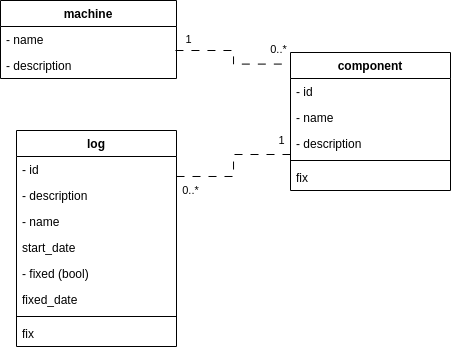
Above: Docs/diagrams/class_diagram.drawio.png in mmed-hajnasr/upkeep (draw.io), before the change. Source tidied: cells renumbered, new cells last; positions are measured from the earlier drawing's top-left corner, leaving out a move shared by most shapes. Its diagram source:
```xml
<mxGraphModel>
  <root>
    <mxCell id="0" />
    <mxCell id="1" parent="0" />
    <mxCell id="2" value="machine" style="swimlane;fontStyle=1;align=center;verticalAlign=top;horizontal=1;startSize=26;whiteSpace=wrap;html=1;" parent="1" vertex="1">
      <mxGeometry width="176" height="78" as="geometry" />
    </mxCell>
    <mxCell id="3" value="- name" style="text;align=left;verticalAlign=top;spacingLeft=4;spacingRight=4;overflow=hidden;points=[[0,0.5],[1,0.5]];portConstraint=eastwest;whiteSpace=wrap;html=1;" parent="2" vertex="1">
      <mxGeometry y="26" width="176" height="26" as="geometry" />
    </mxCell>
    <mxCell id="4" value="- description" style="text;align=left;verticalAlign=top;spacingLeft=4;spacingRight=4;overflow=hidden;whiteSpace=wrap;html=1;" parent="2" vertex="1">
      <mxGeometry y="52" width="176" height="26" as="geometry" />
    </mxCell>
    <mxCell id="5" value="component" style="swimlane;fontStyle=1;align=center;verticalAlign=top;horizontal=1;startSize=26;whiteSpace=wrap;html=1;" parent="1" vertex="1">
      <mxGeometry x="290" y="52" width="160" height="138" as="geometry" />
    </mxCell>
    <mxCell id="6" value="- id" style="text;strokeColor=none;fillColor=none;align=left;verticalAlign=top;spacingLeft=4;spacingRight=4;overflow=hidden;whiteSpace=wrap;html=1;" parent="5" vertex="1">
      <mxGeometry y="26" width="160" height="26" as="geometry" />
    </mxCell>
    <mxCell id="7" value="- name" style="text;strokeColor=none;fillColor=none;align=left;verticalAlign=top;spacingLeft=4;spacingRight=4;overflow=hidden;whiteSpace=wrap;html=1;" parent="5" vertex="1">
      <mxGeometry y="52" width="160" height="26" as="geometry" />
    </mxCell>
    <mxCell id="8" value="- description" style="text;strokeColor=none;fillColor=none;align=left;verticalAlign=top;spacingLeft=4;spacingRight=4;overflow=hidden;points=[[0,0.5],[1,0.5]];portConstraint=eastwest;whiteSpace=wrap;html=1;" parent="5" vertex="1">
      <mxGeometry y="78" width="160" height="26" as="geometry" />
    </mxCell>
    <mxCell id="9" style="line;strokeWidth=1;fillColor=none;align=left;verticalAlign=middle;spacingTop=-1;spacingLeft=3;spacingRight=3;labelPosition=right;strokeColor=inherit;" parent="5" vertex="1">
      <mxGeometry y="104" width="160" height="8" as="geometry" />
    </mxCell>
    <mxCell id="10" value="fix&amp;nbsp;" style="text;strokeColor=none;fillColor=none;align=left;verticalAlign=top;spacingLeft=4;spacingRight=4;overflow=hidden;whiteSpace=wrap;html=1;" parent="5" vertex="1">
      <mxGeometry y="112" width="160" height="26" as="geometry" />
    </mxCell>
    <mxCell id="11" style="edgeStyle=orthogonalEdgeStyle;rounded=0;jettySize=auto;html=1;entryX=-0.022;entryY=0.084;entryDx=0;entryDy=0;startArrow=none;startFill=0;endArrow=none;endFill=0;dashed=1;dashPattern=8 8;exitX=0.994;exitY=0.923;exitDx=0;exitDy=0;exitPerimeter=0;entryPerimeter=0;" parent="1" edge="1" source="3" target="5">
      <mxGeometry relative="1" as="geometry" />
    </mxCell>
    <mxCell id="12" value="1" style="edgeLabel;html=1;align=center;verticalAlign=middle;" parent="11" vertex="1">
      <mxGeometry x="-0.76" y="1" relative="1" as="geometry">
        <mxPoint x="-3" y="-10" as="offset" />
      </mxGeometry>
    </mxCell>
    <mxCell id="13" value="0..*" style="edgeLabel;html=1;align=center;verticalAlign=middle;" parent="11" vertex="1">
      <mxGeometry x="0.85" y="1" relative="1" as="geometry">
        <mxPoint y="-14" as="offset" />
      </mxGeometry>
    </mxCell>
    <mxCell id="14" value="log" style="swimlane;fontStyle=1;align=center;verticalAlign=top;horizontal=1;startSize=26;whiteSpace=wrap;html=1;" parent="1" vertex="1">
      <mxGeometry x="16" y="130" width="160" height="216" as="geometry" />
    </mxCell>
    <mxCell id="15" value="- id" style="text;strokeColor=none;fillColor=none;align=left;verticalAlign=top;spacingLeft=4;spacingRight=4;overflow=hidden;points=[[0,0.5],[1,0.5]];portConstraint=eastwest;whiteSpace=wrap;html=1;" parent="14" vertex="1">
      <mxGeometry y="26" width="160" height="26" as="geometry" />
    </mxCell>
    <mxCell id="16" value="- description" style="text;strokeColor=none;fillColor=none;align=left;verticalAlign=top;spacingLeft=4;spacingRight=4;overflow=hidden;whiteSpace=wrap;html=1;" parent="14" vertex="1">
      <mxGeometry y="52" width="160" height="26" as="geometry" />
    </mxCell>
    <mxCell id="17" value="- name" style="text;strokeColor=none;fillColor=none;align=left;verticalAlign=top;spacingLeft=4;spacingRight=4;overflow=hidden;whiteSpace=wrap;html=1;" parent="14" vertex="1">
      <mxGeometry y="78" width="160" height="26" as="geometry" />
    </mxCell>
    <mxCell id="18" value="start_date" style="text;strokeColor=none;fillColor=none;align=left;verticalAlign=top;spacingLeft=4;spacingRight=4;overflow=hidden;whiteSpace=wrap;html=1;" parent="14" vertex="1">
      <mxGeometry y="104" width="160" height="26" as="geometry" />
    </mxCell>
    <mxCell id="19" value="- fixed (bool)&lt;div&gt;&lt;br&gt;&lt;/div&gt;" style="text;strokeColor=none;fillColor=none;align=left;verticalAlign=top;spacingLeft=4;spacingRight=4;overflow=hidden;whiteSpace=wrap;html=1;" parent="14" vertex="1">
      <mxGeometry y="130" width="160" height="26" as="geometry" />
    </mxCell>
    <mxCell id="20" value="fixed_date" style="text;strokeColor=none;fillColor=none;align=left;verticalAlign=top;spacingLeft=4;spacingRight=4;overflow=hidden;whiteSpace=wrap;html=1;" parent="14" vertex="1">
      <mxGeometry y="156" width="160" height="26" as="geometry" />
    </mxCell>
    <mxCell id="21" style="line;strokeWidth=1;fillColor=none;align=left;verticalAlign=middle;spacingTop=-1;spacingLeft=3;spacingRight=3;labelPosition=right;strokeColor=inherit;" parent="14" vertex="1">
      <mxGeometry y="182" width="160" height="8" as="geometry" />
    </mxCell>
    <mxCell id="22" value="fix&amp;nbsp;" style="text;strokeColor=none;fillColor=none;align=left;verticalAlign=top;spacingLeft=4;spacingRight=4;overflow=hidden;whiteSpace=wrap;html=1;" parent="14" vertex="1">
      <mxGeometry y="190" width="160" height="26" as="geometry" />
    </mxCell>
    <mxCell id="23" style="rounded=0;jettySize=auto;html=1;startArrow=none;startFill=0;endArrow=none;endFill=0;dashed=1;dashPattern=8 8;exitX=0;exitY=0.923;exitDx=0;exitDy=0;exitPerimeter=0;entryX=0.988;entryY=0.769;entryDx=0;entryDy=0;entryPerimeter=0;edgeStyle=orthogonalEdgeStyle;" parent="1" edge="1" source="8" target="15">
      <mxGeometry relative="1" as="geometry" />
    </mxCell>
    <mxCell id="24" value="1" style="edgeLabel;html=1;align=center;verticalAlign=middle;" parent="23" vertex="1">
      <mxGeometry x="-0.76" y="1" relative="1" as="geometry">
        <mxPoint x="7" y="-15" as="offset" />
      </mxGeometry>
    </mxCell>
    <mxCell id="25" value="0..*" style="edgeLabel;html=1;align=center;verticalAlign=middle;" parent="23" vertex="1">
      <mxGeometry x="0.85" y="1" relative="1" as="geometry">
        <mxPoint x="6" y="13" as="offset" />
      </mxGeometry>
    </mxCell>
  </root>
</mxGraphModel>
```
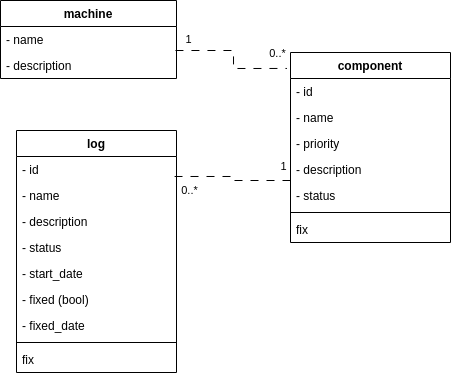
The same file after the commit.

Diff of the diagram source:
```diff
@@ -12,7 +12,7 @@
       <mxGeometry y="52" width="176" height="26" as="geometry" />
     </mxCell>
     <mxCell id="5" value="component" style="swimlane;fontStyle=1;align=center;verticalAlign=top;horizontal=1;startSize=26;whiteSpace=wrap;html=1;" parent="1" vertex="1">
-      <mxGeometry x="290" y="52" width="160" height="138" as="geometry" />
+      <mxGeometry x="290" y="52" width="160" height="190" as="geometry" />
     </mxCell>
     <mxCell id="6" value="- id" style="text;strokeColor=none;fillColor=none;align=left;verticalAlign=top;spacingLeft=4;spacingRight=4;overflow=hidden;whiteSpace=wrap;html=1;" parent="5" vertex="1">
       <mxGeometry y="26" width="160" height="26" as="geometry" />
@@ -20,14 +20,20 @@
     <mxCell id="7" value="- name" style="text;strokeColor=none;fillColor=none;align=left;verticalAlign=top;spacingLeft=4;spacingRight=4;overflow=hidden;whiteSpace=wrap;html=1;" parent="5" vertex="1">
       <mxGeometry y="52" width="160" height="26" as="geometry" />
     </mxCell>
+    <mxCell id="26" value="- priority" style="text;strokeColor=none;fillColor=none;align=left;verticalAlign=top;spacingLeft=4;spacingRight=4;overflow=hidden;whiteSpace=wrap;html=1;" parent="5" vertex="1">
+      <mxGeometry y="78" width="160" height="26" as="geometry" />
+    </mxCell>
     <mxCell id="8" value="- description" style="text;strokeColor=none;fillColor=none;align=left;verticalAlign=top;spacingLeft=4;spacingRight=4;overflow=hidden;points=[[0,0.5],[1,0.5]];portConstraint=eastwest;whiteSpace=wrap;html=1;" parent="5" vertex="1">
-      <mxGeometry y="78" width="160" height="26" as="geometry" />
+      <mxGeometry y="104" width="160" height="26" as="geometry" />
     </mxCell>
+    <mxCell id="27" value="&lt;div&gt;- status&lt;/div&gt;" style="text;strokeColor=none;fillColor=none;align=left;verticalAlign=top;spacingLeft=4;spacingRight=4;overflow=hidden;whiteSpace=wrap;html=1;" parent="5" vertex="1">
+      <mxGeometry y="130" width="160" height="26" as="geometry" />
+    </mxCell>
     <mxCell id="9" style="line;strokeWidth=1;fillColor=none;align=left;verticalAlign=middle;spacingTop=-1;spacingLeft=3;spacingRight=3;labelPosition=right;strokeColor=inherit;" parent="5" vertex="1">
-      <mxGeometry y="104" width="160" height="8" as="geometry" />
+      <mxGeometry y="156" width="160" height="8" as="geometry" />
     </mxCell>
     <mxCell id="10" value="fix&amp;nbsp;" style="text;strokeColor=none;fillColor=none;align=left;verticalAlign=top;spacingLeft=4;spacingRight=4;overflow=hidden;whiteSpace=wrap;html=1;" parent="5" vertex="1">
-      <mxGeometry y="112" width="160" height="26" as="geometry" />
+      <mxGeometry y="164" width="160" height="26" as="geometry" />
     </mxCell>
     <mxCell id="11" style="edgeStyle=orthogonalEdgeStyle;rounded=0;jettySize=auto;html=1;entryX=-0.022;entryY=0.084;entryDx=0;entryDy=0;startArrow=none;startFill=0;endArrow=none;endFill=0;dashed=1;dashPattern=8 8;exitX=0.994;exitY=0.923;exitDx=0;exitDy=0;exitPerimeter=0;entryPerimeter=0;" parent="1" edge="1" source="3" target="5">
       <mxGeometry relative="1" as="geometry" />
@@ -43,31 +49,34 @@
       </mxGeometry>
     </mxCell>
     <mxCell id="14" value="log" style="swimlane;fontStyle=1;align=center;verticalAlign=top;horizontal=1;startSize=26;whiteSpace=wrap;html=1;" parent="1" vertex="1">
-      <mxGeometry x="16" y="130" width="160" height="216" as="geometry" />
+      <mxGeometry x="16" y="130" width="160" height="242" as="geometry" />
     </mxCell>
     <mxCell id="15" value="- id" style="text;strokeColor=none;fillColor=none;align=left;verticalAlign=top;spacingLeft=4;spacingRight=4;overflow=hidden;points=[[0,0.5],[1,0.5]];portConstraint=eastwest;whiteSpace=wrap;html=1;" parent="14" vertex="1">
       <mxGeometry y="26" width="160" height="26" as="geometry" />
     </mxCell>
+    <mxCell id="17" value="- name" style="text;strokeColor=none;fillColor=none;align=left;verticalAlign=top;spacingLeft=4;spacingRight=4;overflow=hidden;whiteSpace=wrap;html=1;" parent="14" vertex="1">
+      <mxGeometry y="52" width="160" height="26" as="geometry" />
+    </mxCell>
     <mxCell id="16" value="- description" style="text;strokeColor=none;fillColor=none;align=left;verticalAlign=top;spacingLeft=4;spacingRight=4;overflow=hidden;whiteSpace=wrap;html=1;" parent="14" vertex="1">
-      <mxGeometry y="52" width="160" height="26" as="geometry" />
+      <mxGeometry y="78" width="160" height="26" as="geometry" />
     </mxCell>
-    <mxCell id="17" value="- name" style="text;strokeColor=none;fillColor=none;align=left;verticalAlign=top;spacingLeft=4;spacingRight=4;overflow=hidden;whiteSpace=wrap;html=1;" parent="14" vertex="1">
-      <mxGeometry y="78" width="160" height="26" as="geometry" />
-    </mxCell>
+    <mxCell id="28" value="&lt;div&gt;- status&lt;/div&gt;" style="text;strokeColor=none;fillColor=none;align=left;verticalAlign=top;spacingLeft=4;spacingRight=4;overflow=hidden;whiteSpace=wrap;html=1;" parent="14" vertex="1">
+      <mxGeometry y="104" width="160" height="26" as="geometry" />
+    </mxCell>
-    <mxCell id="18" value="start_date" style="text;strokeColor=none;fillColor=none;align=left;verticalAlign=top;spacingLeft=4;spacingRight=4;overflow=hidden;whiteSpace=wrap;html=1;" parent="14" vertex="1">
-      <mxGeometry y="104" width="160" height="26" as="geometry" />
+    <mxCell id="18" value="- start_date" style="text;strokeColor=none;fillColor=none;align=left;verticalAlign=top;spacingLeft=4;spacingRight=4;overflow=hidden;whiteSpace=wrap;html=1;" parent="14" vertex="1">
+      <mxGeometry y="130" width="160" height="26" as="geometry" />
     </mxCell>
     <mxCell id="19" value="- fixed (bool)&lt;div&gt;&lt;br&gt;&lt;/div&gt;" style="text;strokeColor=none;fillColor=none;align=left;verticalAlign=top;spacingLeft=4;spacingRight=4;overflow=hidden;whiteSpace=wrap;html=1;" parent="14" vertex="1">
-      <mxGeometry y="130" width="160" height="26" as="geometry" />
+      <mxGeometry y="156" width="160" height="26" as="geometry" />
     </mxCell>
-    <mxCell id="20" value="fixed_date" style="text;strokeColor=none;fillColor=none;align=left;verticalAlign=top;spacingLeft=4;spacingRight=4;overflow=hidden;whiteSpace=wrap;html=1;" parent="14" vertex="1">
-      <mxGeometry y="156" width="160" height="26" as="geometry" />
+    <mxCell id="20" value="- fixed_date" style="text;strokeColor=none;fillColor=none;align=left;verticalAlign=top;spacingLeft=4;spacingRight=4;overflow=hidden;whiteSpace=wrap;html=1;" parent="14" vertex="1">
+      <mxGeometry y="182" width="160" height="26" as="geometry" />
     </mxCell>
     <mxCell id="21" style="line;strokeWidth=1;fillColor=none;align=left;verticalAlign=middle;spacingTop=-1;spacingLeft=3;spacingRight=3;labelPosition=right;strokeColor=inherit;" parent="14" vertex="1">
-      <mxGeometry y="182" width="160" height="8" as="geometry" />
+      <mxGeometry y="208" width="160" height="8" as="geometry" />
     </mxCell>
     <mxCell id="22" value="fix&amp;nbsp;" style="text;strokeColor=none;fillColor=none;align=left;verticalAlign=top;spacingLeft=4;spacingRight=4;overflow=hidden;whiteSpace=wrap;html=1;" parent="14" vertex="1">
-      <mxGeometry y="190" width="160" height="26" as="geometry" />
+      <mxGeometry y="216" width="160" height="26" as="geometry" />
     </mxCell>
     <mxCell id="23" style="rounded=0;jettySize=auto;html=1;startArrow=none;startFill=0;endArrow=none;endFill=0;dashed=1;dashPattern=8 8;exitX=0;exitY=0.923;exitDx=0;exitDy=0;exitPerimeter=0;entryX=0.988;entryY=0.769;entryDx=0;entryDy=0;entryPerimeter=0;edgeStyle=orthogonalEdgeStyle;" parent="1" edge="1" source="8" target="15">
       <mxGeometry relative="1" as="geometry" />
```
